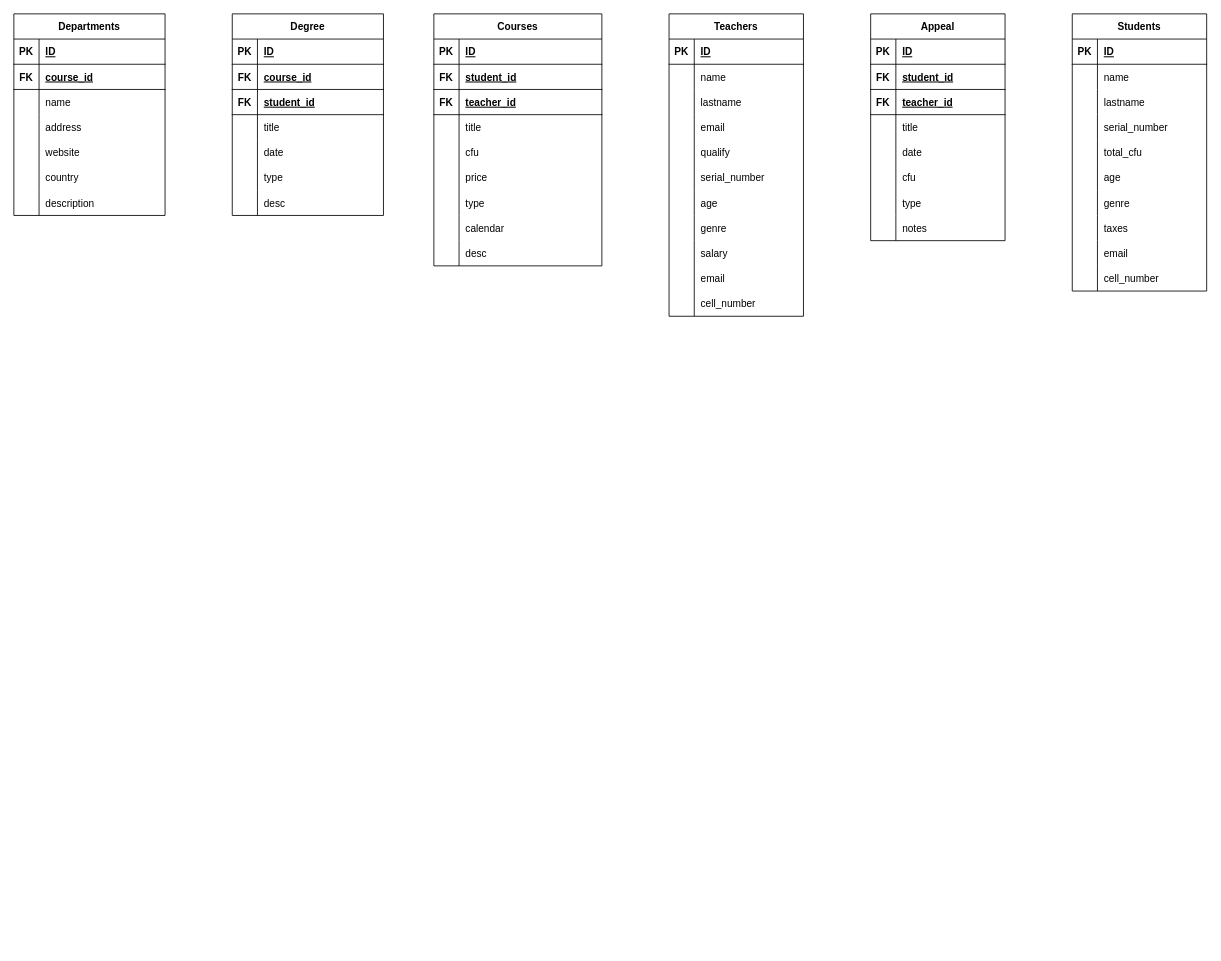
78741722Ale/db-university keeps this draw.io diagram as university.drawio. Above is the earlier version. Source tidied: cells renumbered, new cells numbered last; positions are measured from the earlier drawing's top-left corner, leaving out a move shared by most shapes. Both pictures are drawn from the tidied source at 84%, with x=0, y=0 at pixel (13, 13).
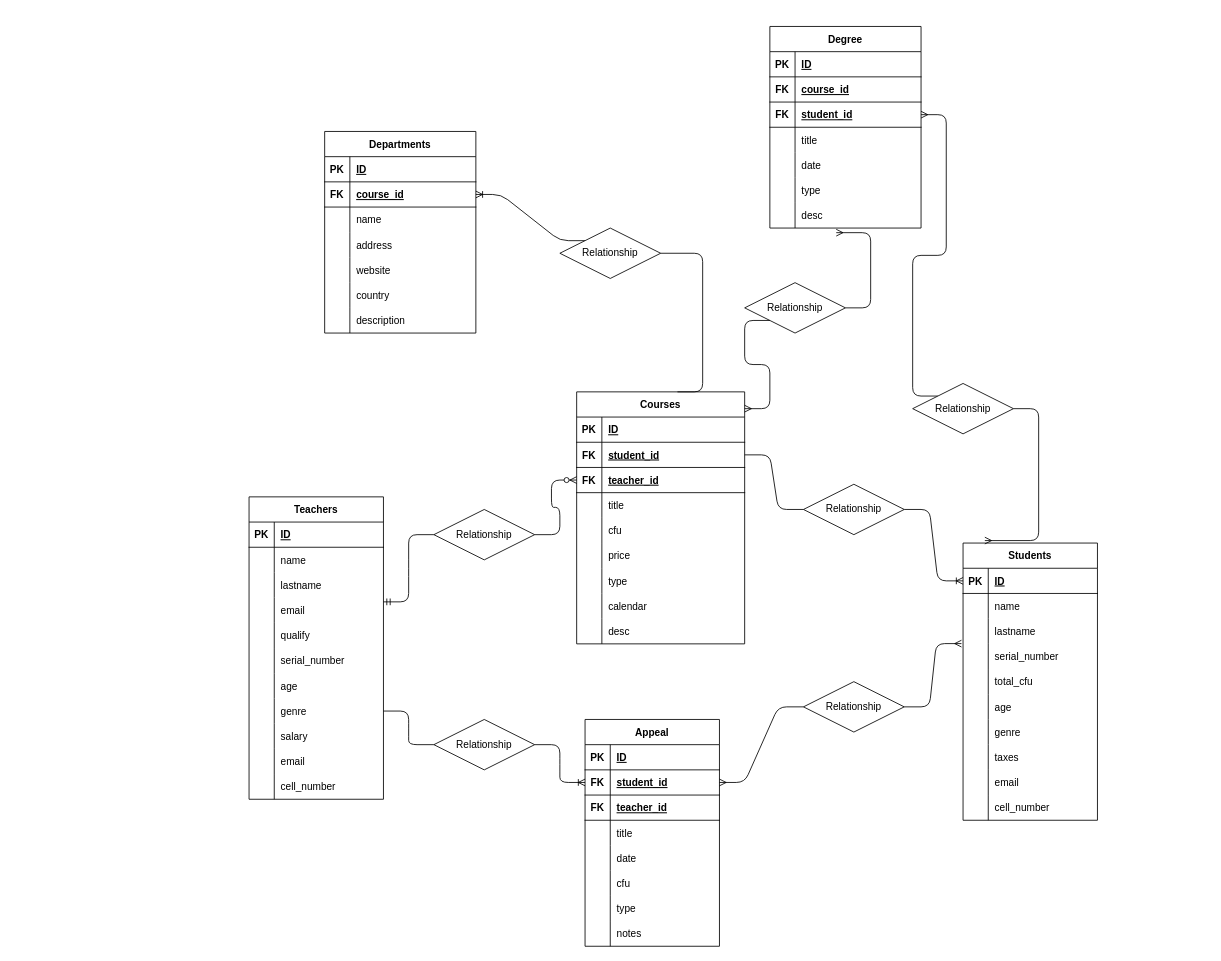
Above is the later version.

Commit message (it also covers changes not shown here):
Esercizio concluso, aggiunto immagine PNG

The change refers to these unchanged cells:
```xml
<mxCell id="6" style="shape=partialRectangle;fillColor=none;top=0;left=0;bottom=1;right=0;points=[[0,0.5],[1,0.5]];portConstraint=eastwest;" parent="2" vertex="1">
  <mxGeometry y="60" width="180" height="30" as="geometry" />
</mxCell>
<mxCell id="31" style="shape=partialRectangle;fillColor=none;top=0;left=0;bottom=1;right=0;points=[[0,0.5],[1,0.5]];portConstraint=eastwest;" parent="24" vertex="1">
  <mxGeometry y="90" width="180" height="30" as="geometry" />
</mxCell>
<mxCell id="43" style="shape=partialRectangle;fillColor=none;top=0;left=0;bottom=0;right=0;points=[[0,0.5],[1,0.5]];portConstraint=eastwest;" parent="24" vertex="1">
  <mxGeometry y="210" width="180" height="30" as="geometry" />
</mxCell>
<mxCell id="50" style="shape=partialRectangle;fillColor=none;top=0;left=0;bottom=1;right=0;points=[[0,0.5],[1,0.5]];portConstraint=eastwest;" parent="46" vertex="1">
  <mxGeometry y="60" width="200" height="30" as="geometry" />
</mxCell>
<mxCell id="53" style="shape=partialRectangle;fillColor=none;top=0;left=0;bottom=1;right=0;points=[[0,0.5],[1,0.5]];portConstraint=eastwest;" parent="46" vertex="1">
  <mxGeometry y="90" width="200" height="30" as="geometry" />
</mxCell>
<mxCell id="96" style="shape=partialRectangle;fillColor=none;top=0;left=0;bottom=0;right=0;points=[[0,0.5],[1,0.5]];portConstraint=eastwest;" parent="74" vertex="1">
  <mxGeometry y="240" width="160" height="30" as="geometry" />
</mxCell>
<mxCell id="112" style="shape=partialRectangle;fillColor=none;top=0;left=0;bottom=1;right=0;points=[[0,0.5],[1,0.5]];portConstraint=eastwest;" parent="108" vertex="1">
  <mxGeometry y="60" width="160" height="30" as="geometry" />
</mxCell>
<mxCell id="134" style="shape=partialRectangle;fillColor=none;top=0;left=0;bottom=1;right=0;points=[[0,0.5],[1,0.5]];portConstraint=eastwest;" parent="133" vertex="1">
  <mxGeometry y="30" width="160" height="30" as="geometry" />
</mxCell>
<mxCell id="143" style="shape=partialRectangle;fillColor=none;top=0;left=0;bottom=0;right=0;points=[[0,0.5],[1,0.5]];portConstraint=eastwest;" parent="133" vertex="1">
  <mxGeometry y="120" width="160" height="30" as="geometry" />
</mxCell>
```

What changed in the source:
```diff
@@
     <mxCell id="2" value="Departments" style="shape=table;startSize=30;childLayout=tableLayout;rowLines=0;fontStyle=1;align=center;" parent="1" vertex="1">
-      <mxGeometry width="180" height="240" as="geometry" />
+      <mxGeometry x="370" y="140" width="180" height="240" as="geometry" />
     </mxCell>
@@
     <mxCell id="24" value="Degree" style="shape=table;startSize=30;childLayout=tableLayout;rowLines=0;fontStyle=1;align=center;" parent="1" vertex="1">
-      <mxGeometry x="260" width="180" height="240" as="geometry" />
+      <mxGeometry x="900" y="15" width="180" height="240" as="geometry" />
     </mxCell>
@@
     <mxCell id="46" value="Courses" style="shape=table;startSize=30;childLayout=tableLayout;rowLines=0;fontStyle=1;align=center;" parent="1" vertex="1">
-      <mxGeometry x="500" width="200" height="300" as="geometry" />
+      <mxGeometry x="670" y="450" width="200" height="300" as="geometry" />
     </mxCell>
@@
     <mxCell id="74" value="Teachers" style="shape=table;startSize=30;childLayout=tableLayout;rowLines=0;fontStyle=1;align=center;" parent="1" vertex="1">
-      <mxGeometry x="780" width="160" height="360" as="geometry" />
+      <mxGeometry x="280" y="575" width="160" height="360" as="geometry" />
     </mxCell>
@@
     <mxCell id="108" value="Appeal" style="shape=table;startSize=30;childLayout=tableLayout;rowLines=0;fontStyle=1;align=center;" parent="1" vertex="1">
-      <mxGeometry x="1020" width="160" height="270" as="geometry" />
+      <mxGeometry x="680" y="840" width="160" height="270" as="geometry" />
     </mxCell>
@@
     <mxCell id="133" value="Students" style="shape=table;startSize=30;childLayout=tableLayout;rowLines=0;fontStyle=1;align=center;" parent="1" vertex="1">
-      <mxGeometry x="1260" width="160" height="330" as="geometry" />
+      <mxGeometry x="1130" y="630" width="160" height="330" as="geometry" />
     </mxCell>
@@
+    <mxCell id="164" style="edgeStyle=entityRelationEdgeStyle;fontSize=12;html=1;endArrow=ERzeroToMany;startArrow=none;entryX=0;entryY=0.5;entryDx=0;entryDy=0;" parent="1" edge="1" source="165" target="53">
+      <mxGeometry relative="1" as="geometry" />
+    </mxCell>
+    <mxCell id="165" value="Relationship" style="shape=rhombus;perimeter=rhombusPerimeter;whiteSpace=wrap;html=1;align=center;" parent="1" vertex="1">
+      <mxGeometry x="500" y="590" width="120" height="60" as="geometry" />
+    </mxCell>
+    <mxCell id="166" style="edgeStyle=entityRelationEdgeStyle;fontSize=12;html=1;endArrow=none;startArrow=ERmandOne;entryX=0;entryY=0.5;entryDx=0;entryDy=0;" parent="1" edge="1" target="165">
+      <mxGeometry relative="1" as="geometry">
+        <mxPoint x="440" y="700" as="sourcePoint" />
+      </mxGeometry>
+    </mxCell>
+    <mxCell id="167" style="edgeStyle=entityRelationEdgeStyle;fontSize=12;html=1;endArrow=ERoneToMany;entryX=0;entryY=0.5;entryDx=0;entryDy=0;exitX=1;exitY=0.5;exitDx=0;exitDy=0;startArrow=none;" parent="1" edge="1" source="168" target="134">
+      <mxGeometry relative="1" as="geometry" />
+    </mxCell>
+    <mxCell id="168" value="Relationship" style="shape=rhombus;perimeter=rhombusPerimeter;whiteSpace=wrap;html=1;align=center;" parent="1" vertex="1">
+      <mxGeometry x="940" y="560" width="120" height="60" as="geometry" />
+    </mxCell>
+    <mxCell id="169" style="edgeStyle=entityRelationEdgeStyle;fontSize=12;html=1;endArrow=none;entryX=0;entryY=0.5;entryDx=0;entryDy=0;exitX=1;exitY=0.5;exitDx=0;exitDy=0;" parent="1" edge="1" source="50" target="168">
+      <mxGeometry relative="1" as="geometry" />
+    </mxCell>
+    <mxCell id="170" style="edgeStyle=entityRelationEdgeStyle;fontSize=12;html=1;endArrow=ERoneToMany;entryX=1;entryY=0.5;entryDx=0;entryDy=0;exitX=0;exitY=0;exitDx=0;exitDy=0;startArrow=none;" parent="1" edge="1" source="171" target="6">
+      <mxGeometry relative="1" as="geometry" />
+    </mxCell>
+    <mxCell id="171" value="Relationship" style="shape=rhombus;perimeter=rhombusPerimeter;whiteSpace=wrap;html=1;align=center;" parent="1" vertex="1">
+      <mxGeometry x="650" y="255" width="120" height="60" as="geometry" />
+    </mxCell>
+    <mxCell id="172" style="edgeStyle=entityRelationEdgeStyle;fontSize=12;html=1;endArrow=none;entryX=1;entryY=0.5;entryDx=0;entryDy=0;" parent="1" edge="1" target="171">
+      <mxGeometry relative="1" as="geometry">
+        <mxPoint x="790" y="450" as="sourcePoint" />
+      </mxGeometry>
+    </mxCell>
+    <mxCell id="173" style="edgeStyle=entityRelationEdgeStyle;fontSize=12;html=1;endArrow=ERmany;startArrow=none;entryX=0.439;entryY=1.183;entryDx=0;entryDy=0;entryPerimeter=0;" parent="1" edge="1" source="175" target="43">
+      <mxGeometry relative="1" as="geometry" />
+    </mxCell>
+    <mxCell id="174" style="edgeStyle=entityRelationEdgeStyle;fontSize=12;html=1;endArrow=ERmany;startArrow=none;exitX=0;exitY=0;exitDx=0;exitDy=0;" parent="1" edge="1" source="177" target="31">
+      <mxGeometry relative="1" as="geometry" />
+    </mxCell>
+    <mxCell id="175" value="Relationship" style="shape=rhombus;perimeter=rhombusPerimeter;whiteSpace=wrap;html=1;align=center;" parent="1" vertex="1">
+      <mxGeometry x="870" y="320" width="120" height="60" as="geometry" />
+    </mxCell>
+    <mxCell id="176" style="edgeStyle=entityRelationEdgeStyle;fontSize=12;html=1;endArrow=none;startArrow=ERmany;entryX=0;entryY=1;entryDx=0;entryDy=0;" parent="1" edge="1" target="175">
+      <mxGeometry relative="1" as="geometry">
+        <mxPoint x="870" y="470" as="sourcePoint" />
+      </mxGeometry>
+    </mxCell>
+    <mxCell id="177" value="Relationship" style="shape=rhombus;perimeter=rhombusPerimeter;whiteSpace=wrap;html=1;align=center;" parent="1" vertex="1">
+      <mxGeometry x="1070" y="440" width="120" height="60" as="geometry" />
+    </mxCell>
+    <mxCell id="178" style="edgeStyle=entityRelationEdgeStyle;fontSize=12;html=1;endArrow=none;startArrow=ERmany;exitX=0.162;exitY=-0.009;exitDx=0;exitDy=0;exitPerimeter=0;" parent="1" edge="1" source="133" target="177">
+      <mxGeometry relative="1" as="geometry" />
+    </mxCell>
+    <mxCell id="179" style="edgeStyle=entityRelationEdgeStyle;fontSize=12;html=1;endArrow=ERmany;startArrow=none;exitX=1;exitY=0.5;exitDx=0;exitDy=0;entryX=-0.012;entryY=-0.01;entryDx=0;entryDy=0;entryPerimeter=0;" parent="1" edge="1" source="180" target="143">
+      <mxGeometry relative="1" as="geometry" />
+    </mxCell>
+    <mxCell id="180" value="Relationship" style="shape=rhombus;perimeter=rhombusPerimeter;whiteSpace=wrap;html=1;align=center;" parent="1" vertex="1">
+      <mxGeometry x="940" y="795" width="120" height="60" as="geometry" />
+    </mxCell>
+    <mxCell id="181" style="edgeStyle=entityRelationEdgeStyle;fontSize=12;html=1;endArrow=none;startArrow=ERmany;exitX=1;exitY=0.5;exitDx=0;exitDy=0;entryX=0;entryY=0.5;entryDx=0;entryDy=0;" parent="1" edge="1" source="112" target="180">
+      <mxGeometry relative="1" as="geometry" />
+    </mxCell>
+    <mxCell id="182" style="edgeStyle=entityRelationEdgeStyle;fontSize=12;html=1;endArrow=ERoneToMany;exitX=1;exitY=0.5;exitDx=0;exitDy=0;entryX=0;entryY=0.5;entryDx=0;entryDy=0;startArrow=none;" parent="1" edge="1" source="183" target="112">
+      <mxGeometry relative="1" as="geometry" />
+    </mxCell>
+    <mxCell id="183" value="Relationship" style="shape=rhombus;perimeter=rhombusPerimeter;whiteSpace=wrap;html=1;align=center;" parent="1" vertex="1">
+      <mxGeometry x="500" y="840" width="120" height="60" as="geometry" />
+    </mxCell>
+    <mxCell id="184" style="edgeStyle=entityRelationEdgeStyle;fontSize=12;html=1;endArrow=none;exitX=1;exitY=0.5;exitDx=0;exitDy=0;entryX=0;entryY=0.5;entryDx=0;entryDy=0;" parent="1" edge="1" source="96" target="183">
+      <mxGeometry relative="1" as="geometry" />
+    </mxCell>
```
